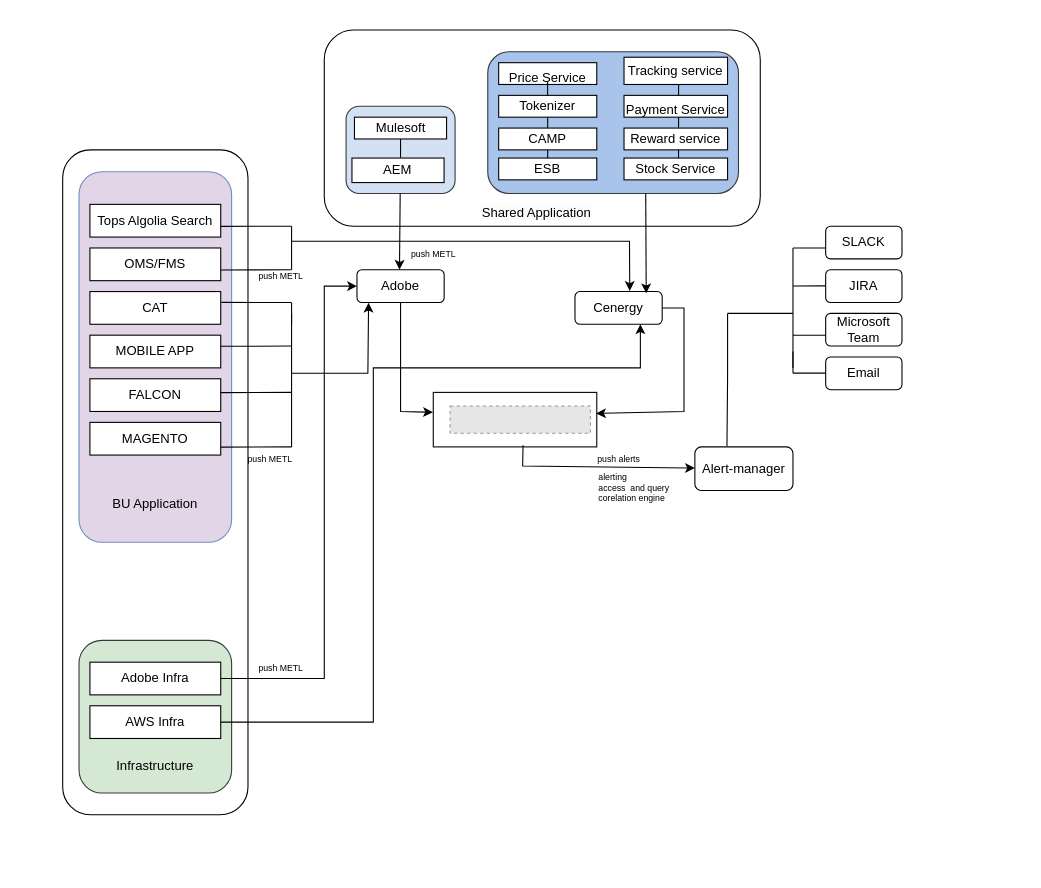
The draw.io diagram Untitled Diagram.drawio in Panchanitcto/gocd, before the edit. Source tidied: cells renumbered, new cells numbered last; positions are measured from the earlier drawing's top-left corner, leaving out a move shared by most shapes. Both pictures are drawn from the tidied source at 109%, with x=0, y=0 at pixel (62, 29). Pictures stored in the file or linked from it are replaced by grey dashed boxes.
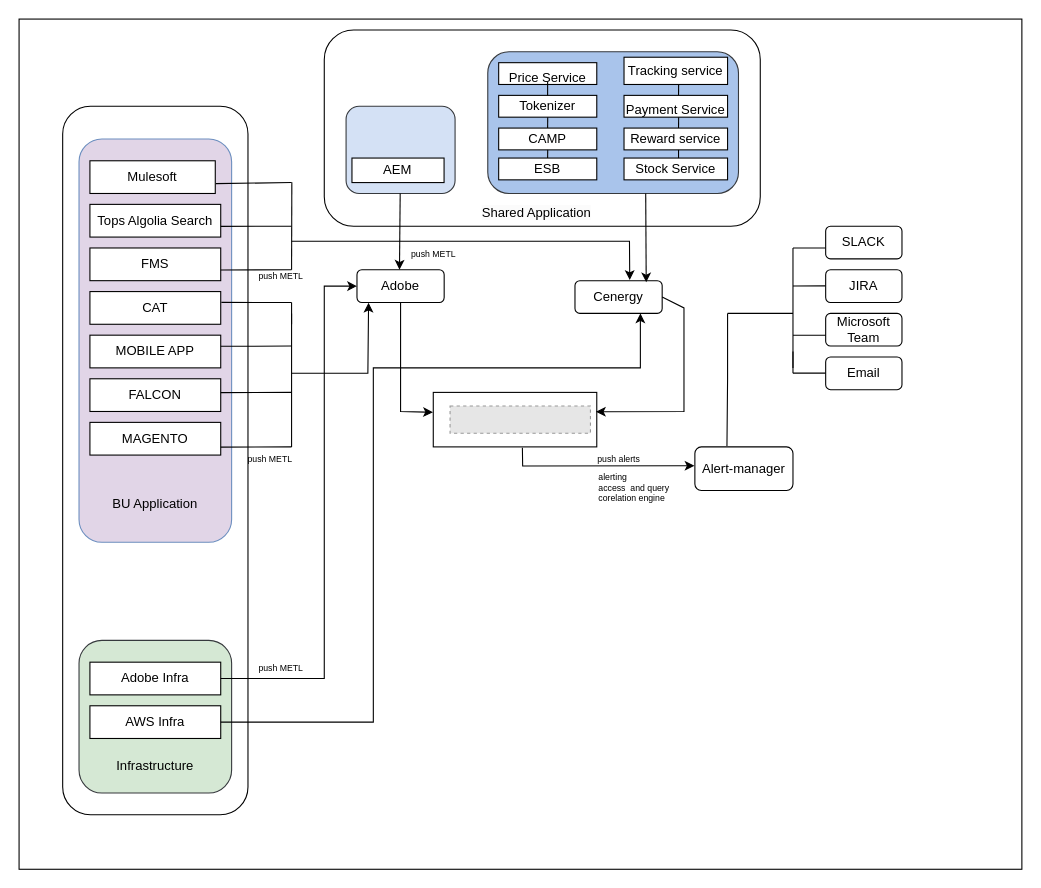
The same diagram, later.

The change refers to these unchanged cells:
```xml
<mxCell id="6" style="rounded=0;whiteSpace=wrap;html=1;" parent="1" vertex="1">
  <mxGeometry x="340" y="332.5" width="150" height="50" as="geometry" />
</mxCell>
<mxCell id="15" value="&lt;div style=&quot;&quot;&gt;&lt;div&gt;AEM&lt;/div&gt;&lt;/div&gt;" style="rounded=0;whiteSpace=wrap;html=1;align=center;strokeColor=#000000;" parent="1" vertex="1">
  <mxGeometry x="265.4" y="117.5" width="84.5" height="22.5" as="geometry" />
</mxCell>
<mxCell id="22" value="Alert-manager" style="rounded=1;whiteSpace=wrap;html=1;" parent="1" vertex="1">
  <mxGeometry x="580" y="382.5" width="90" height="40" as="geometry" />
</mxCell>
```

Change to the diagram source:
```diff
@@
+    <mxCell id="79" style="rounded=0;whiteSpace=wrap;html=1;" parent="1" vertex="1">
+      <mxGeometry x="-40" y="-10" width="920" height="780" as="geometry" />
+    </mxCell>
@@
     <mxCell id="5" value="&lt;div&gt;&lt;br&gt;&lt;/div&gt;&lt;div&gt;&lt;br&gt;&lt;/div&gt;&lt;div&gt;&lt;br&gt;&lt;/div&gt;&lt;div&gt;&lt;br&gt;&lt;/div&gt;&lt;div&gt;&lt;br&gt;&lt;/div&gt;&lt;div&gt;&lt;br&gt;&lt;/div&gt;&lt;div&gt;&lt;br&gt;&lt;/div&gt;&lt;div&gt;&lt;br&gt;&lt;/div&gt;&lt;div&gt;&lt;br&gt;&lt;/div&gt;&lt;div&gt;&lt;br&gt;&lt;/div&gt;&lt;div&gt;&lt;br&gt;&lt;/div&gt;&lt;div&gt;&lt;br&gt;&lt;/div&gt;&lt;div&gt;&lt;br&gt;&lt;/div&gt;&lt;div&gt;&lt;br&gt;&lt;/div&gt;&lt;div&gt;&lt;br&gt;&lt;/div&gt;" style="rounded=1;whiteSpace=wrap;html=1;" parent="1" vertex="1">
-      <mxGeometry y="110" width="170" height="610" as="geometry" />
+      <mxGeometry y="70" width="170" height="650" as="geometry" />
     </mxCell>
@@
     <mxCell id="7" style="rounded=1;whiteSpace=wrap;html=1;align=center;fillColor=#E1D5E7;strokeColor=#6c8ebf;" parent="1" vertex="1">
-      <mxGeometry x="15" y="130" width="140" height="340" as="geometry" />
+      <mxGeometry x="15" y="100" width="140" height="370" as="geometry" />
     </mxCell>
@@
     <mxCell id="9" value="Cenergy" style="rounded=1;whiteSpace=wrap;html=1;shadow=0;" parent="1" vertex="1">
-      <mxGeometry x="470" y="240" width="80" height="30" as="geometry" />
+      <mxGeometry x="470" y="230" width="80" height="30" as="geometry" />
     </mxCell>
@@
     <mxCell id="17" value="&lt;div style=&quot;&quot;&gt;&lt;div&gt;Mulesoft&lt;/div&gt;&lt;/div&gt;" style="rounded=0;whiteSpace=wrap;html=1;align=center;strokeColor=#000000;" parent="1" vertex="1">
-      <mxGeometry x="267.7" y="80" width="84.5" height="20" as="geometry" />
+      <mxGeometry x="25" y="120" width="115" height="30" as="geometry" />
     </mxCell>
-    <mxCell id="18" value="&lt;div style=&quot;&quot;&gt;&lt;div&gt;OMS/FMS&lt;/div&gt;&lt;/div&gt;" style="rounded=0;whiteSpace=wrap;html=1;align=center;strokeColor=#000000;" parent="1" vertex="1">
+    <mxCell id="18" value="&lt;div style=&quot;&quot;&gt;&lt;div&gt;FMS&lt;/div&gt;&lt;/div&gt;" style="rounded=0;whiteSpace=wrap;html=1;align=center;strokeColor=#000000;" parent="1" vertex="1">
       <mxGeometry x="25" y="200" width="120" height="30" as="geometry" />
     </mxCell>
@@
-    <mxCell id="21" style="endArrow=classic;html=1;rounded=0;exitX=0.549;exitY=0.971;exitDx=0;exitDy=0;exitPerimeter=0;" parent="1" edge="1" source="6" target="22">
+    <mxCell id="21" style="endArrow=classic;html=1;rounded=0;exitX=0.545;exitY=1.014;exitDx=0;exitDy=0;exitPerimeter=0;entryX=-0.004;entryY=0.432;entryDx=0;entryDy=0;entryPerimeter=0;" parent="1" edge="1" source="6" target="22">
       <mxGeometry relative="1" as="geometry">
         <Array as="points">
           <mxPoint x="422" y="400" />
         </Array>
       </mxGeometry>
     </mxCell>
@@
-    <mxCell id="53" style="endArrow=none;html=1;rounded=0;" parent="1" edge="1">
-      <mxGeometry relative="1" as="geometry">
-        <mxPoint x="210" y="220" as="sourcePoint" />
-        <mxPoint x="210" y="180" as="targetPoint" />
-      </mxGeometry>
-    </mxCell>
@@
-    <mxCell id="68" style="endArrow=none;html=1;rounded=0;entryX=0.5;entryY=1;entryDx=0;entryDy=0;exitX=0.527;exitY=-0.008;exitDx=0;exitDy=0;exitPerimeter=0;" parent="1" edge="1" source="15" target="17">
-      <mxGeometry relative="1" as="geometry">
-        <Array as="points">
-          <mxPoint x="310" y="110" />
-        </Array>
-      </mxGeometry>
-    </mxCell>
@@
-    <mxCell id="78" style="endArrow=classic;html=1;rounded=0;exitX=1;exitY=0.5;exitDx=0;exitDy=0;entryX=0.996;entryY=0.385;entryDx=0;entryDy=0;entryPerimeter=0;" parent="1" edge="1" source="9" target="6">
+    <mxCell id="78" style="endArrow=classic;html=1;rounded=0;exitX=1;exitY=0.5;exitDx=0;exitDy=0;entryX=0.995;entryY=0.357;entryDx=0;entryDy=0;entryPerimeter=0;" parent="1" edge="1" source="9" target="6">
       <mxGeometry relative="1" as="geometry">
         <Array as="points">
           <mxPoint x="570" y="255" />
           <mxPoint x="570" y="350" />
         </Array>
       </mxGeometry>
     </mxCell>
+    <mxCell id="80" style="endArrow=none;html=1;rounded=0;entryX=0.272;entryY=0.192;entryDx=0;entryDy=0;entryPerimeter=0;" parent="1" edge="1" target="79">
+      <mxGeometry relative="1" as="geometry">
+        <mxPoint x="210" y="220" as="sourcePoint" />
+      </mxGeometry>
+    </mxCell>
+    <mxCell id="81" style="endArrow=none;html=1;rounded=0;exitX=1.005;exitY=0.699;exitDx=0;exitDy=0;exitPerimeter=0;" parent="1" edge="1" source="17">
+      <mxGeometry relative="1" as="geometry">
+        <mxPoint x="210" y="140" as="targetPoint" />
+      </mxGeometry>
+    </mxCell>
```
